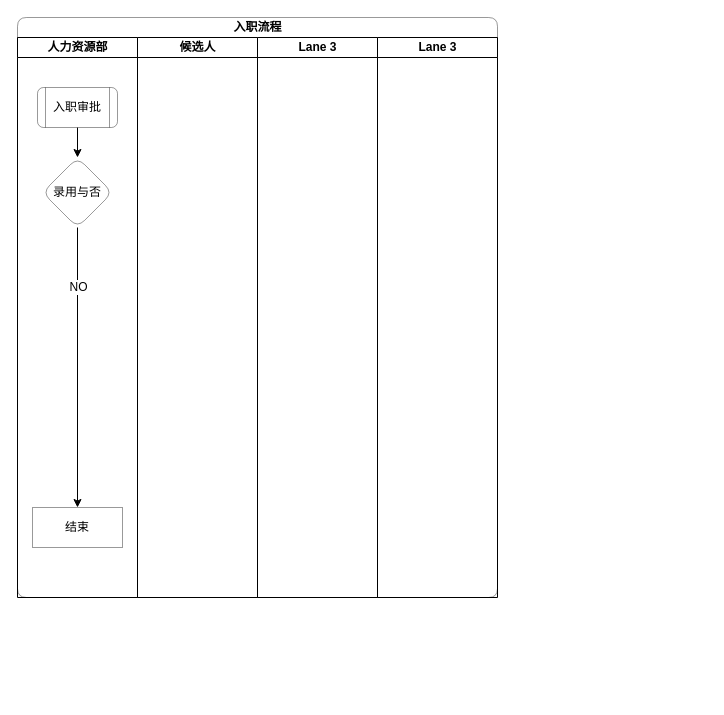
This is page "入职流程" (3 of 9) of humanresource1.drawio from janzhou123/mydraw, a draw.io file, before an edit. Source tidied: cells renumbered, new cells numbered last; positions are measured from the earlier drawing's top-left corner, leaving out a move shared by most shapes. Both pictures are drawn from the tidied source at 100%, with x=0, y=0 at pixel (17, 17).
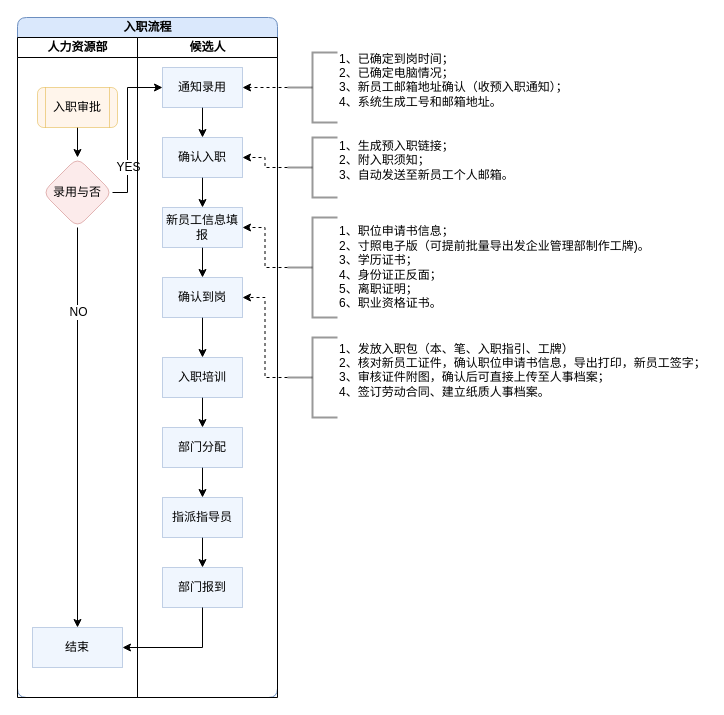
The same page after the edit.

Diff of the diagram source:
```diff
@@
-    <mxCell id="2" value="入职流程" style="swimlane;html=1;startSize=20;rounded=1;shadow=0;glass=0;comic=0;opacity=40;" parent="1" vertex="1">
-      <mxGeometry width="480" height="580" as="geometry" />
+    <mxCell id="2" value="入职流程" style="swimlane;html=1;startSize=20;rounded=1;shadow=0;glass=0;comic=0;fillColor=#dae8fc;strokeColor=#6c8ebf;" parent="1" vertex="1">
+      <mxGeometry width="260" height="680" as="geometry" />
     </mxCell>
     <mxCell id="3" value="人力资源部" style="swimlane;html=1;startSize=20;" parent="2" vertex="1">
-      <mxGeometry y="20" width="120" height="560" as="geometry" />
+      <mxGeometry y="20" width="120" height="660" as="geometry" />
     </mxCell>
@@
-    <mxCell id="5" value="入职审批" style="shape=process;whiteSpace=wrap;html=1;backgroundOutline=1;rounded=1;shadow=0;glass=0;comic=0;opacity=40;" parent="3" vertex="1">
+    <mxCell id="5" value="入职审批" style="shape=process;whiteSpace=wrap;html=1;backgroundOutline=1;rounded=1;shadow=0;glass=0;comic=0;opacity=40;fillColor=#ffe6cc;strokeColor=#d79b00;" parent="3" vertex="1">
       <mxGeometry x="20" y="50" width="80" height="40" as="geometry" />
     </mxCell>
@@
-    <mxCell id="8" value="录用与否" style="rhombus;whiteSpace=wrap;html=1;rounded=1;shadow=0;glass=0;comic=0;opacity=40;" parent="3" vertex="1">
+    <mxCell id="8" value="录用与否" style="rhombus;whiteSpace=wrap;html=1;rounded=1;shadow=0;glass=0;comic=0;opacity=40;fillColor=#f8cecc;strokeColor=#b85450;" parent="3" vertex="1">
       <mxGeometry x="25" y="120" width="70" height="70" as="geometry" />
     </mxCell>
-    <mxCell id="9" value="结束" style="rounded=0;whiteSpace=wrap;html=1;shadow=0;glass=0;comic=0;opacity=40;" parent="3" vertex="1">
-      <mxGeometry x="15" y="470" width="90" height="40" as="geometry" />
+    <mxCell id="9" value="结束" style="rounded=0;whiteSpace=wrap;html=1;shadow=0;glass=0;comic=0;opacity=40;fillColor=#dae8fc;strokeColor=#6c8ebf;" parent="3" vertex="1">
+      <mxGeometry x="15" y="590" width="90" height="40" as="geometry" />
     </mxCell>
+    <mxCell id="13" style="edgeStyle=orthogonalEdgeStyle;rounded=0;jettySize=auto;html=1;entryX=0;entryY=0.5;entryDx=0;entryDy=0;" parent="2" edge="1" source="8" target="16">
+      <mxGeometry relative="1" as="geometry">
+        <Array as="points">
+          <mxPoint x="110" y="175" />
+          <mxPoint x="110" y="70" />
+        </Array>
+      </mxGeometry>
+    </mxCell>
+    <mxCell id="14" value="YES" style="text;html=1;align=center;verticalAlign=middle;labelBackgroundColor=#ffffff;" parent="13" vertex="1">
+      <mxGeometry x="-0.46" y="1" relative="1" as="geometry">
+        <mxPoint x="1" y="1" as="offset" />
+      </mxGeometry>
+    </mxCell>
     <mxCell id="10" value="候选人" style="swimlane;html=1;startSize=20;" parent="2" vertex="1">
-      <mxGeometry x="120" y="20" width="120" height="560" as="geometry" />
+      <mxGeometry x="120" y="20" width="140" height="660" as="geometry" />
     </mxCell>
-    <mxCell id="11" value="Lane 3" style="swimlane;html=1;startSize=20;" parent="2" vertex="1">
-      <mxGeometry x="240" y="20" width="120" height="560" as="geometry" />
-    </mxCell>
-    <mxCell id="12" value="Lane 3" style="swimlane;html=1;startSize=20;" parent="2" vertex="1">
-      <mxGeometry x="360" y="20" width="120" height="560" as="geometry" />
-    </mxCell>
+    <mxCell id="15" style="edgeStyle=orthogonalEdgeStyle;rounded=0;jettySize=auto;html=1;" parent="10" edge="1" source="16" target="18">
+      <mxGeometry relative="1" as="geometry" />
+    </mxCell>
+    <mxCell id="16" value="通知录用" style="rounded=0;whiteSpace=wrap;html=1;shadow=0;glass=0;comic=0;opacity=40;fillColor=#dae8fc;strokeColor=#6c8ebf;" parent="10" vertex="1">
+      <mxGeometry x="25" y="30" width="80" height="40" as="geometry" />
+    </mxCell>
+    <mxCell id="17" style="edgeStyle=orthogonalEdgeStyle;rounded=0;jettySize=auto;html=1;" parent="10" edge="1" source="18" target="20">
+      <mxGeometry relative="1" as="geometry" />
+    </mxCell>
+    <mxCell id="18" value="确认入职" style="rounded=0;whiteSpace=wrap;html=1;shadow=0;glass=0;comic=0;opacity=40;fillColor=#dae8fc;strokeColor=#6c8ebf;" parent="10" vertex="1">
+      <mxGeometry x="25" y="100" width="80" height="40" as="geometry" />
+    </mxCell>
+    <mxCell id="19" style="edgeStyle=orthogonalEdgeStyle;rounded=0;jettySize=auto;html=1;" parent="10" edge="1" source="20" target="22">
+      <mxGeometry relative="1" as="geometry" />
+    </mxCell>
+    <mxCell id="20" value="新员工信息填报" style="rounded=0;whiteSpace=wrap;html=1;shadow=0;glass=0;comic=0;opacity=40;fillColor=#dae8fc;strokeColor=#6c8ebf;" parent="10" vertex="1">
+      <mxGeometry x="25" y="170" width="80" height="40" as="geometry" />
+    </mxCell>
+    <mxCell id="21" style="edgeStyle=orthogonalEdgeStyle;rounded=0;jettySize=auto;html=1;" parent="10" edge="1" source="22" target="24">
+      <mxGeometry relative="1" as="geometry" />
+    </mxCell>
+    <mxCell id="22" value="确认到岗" style="rounded=0;whiteSpace=wrap;html=1;shadow=0;glass=0;comic=0;opacity=40;fillColor=#dae8fc;strokeColor=#6c8ebf;" parent="10" vertex="1">
+      <mxGeometry x="25" y="240" width="80" height="40" as="geometry" />
+    </mxCell>
+    <mxCell id="23" style="edgeStyle=orthogonalEdgeStyle;rounded=0;jettySize=auto;html=1;" parent="10" edge="1" source="24" target="26">
+      <mxGeometry relative="1" as="geometry" />
+    </mxCell>
+    <mxCell id="24" value="入职培训" style="rounded=0;whiteSpace=wrap;html=1;shadow=0;glass=0;comic=0;opacity=40;fillColor=#dae8fc;strokeColor=#6c8ebf;" parent="10" vertex="1">
+      <mxGeometry x="25" y="320" width="80" height="40" as="geometry" />
+    </mxCell>
+    <mxCell id="25" style="edgeStyle=orthogonalEdgeStyle;rounded=0;jettySize=auto;html=1;" parent="10" edge="1" source="26" target="28">
+      <mxGeometry relative="1" as="geometry" />
+    </mxCell>
+    <mxCell id="26" value="部门分配" style="rounded=0;whiteSpace=wrap;html=1;shadow=0;glass=0;comic=0;opacity=40;fillColor=#dae8fc;strokeColor=#6c8ebf;" parent="10" vertex="1">
+      <mxGeometry x="25" y="390" width="80" height="40" as="geometry" />
+    </mxCell>
+    <mxCell id="27" style="edgeStyle=orthogonalEdgeStyle;rounded=0;jettySize=auto;html=1;" parent="10" edge="1" source="28" target="29">
+      <mxGeometry relative="1" as="geometry" />
+    </mxCell>
+    <mxCell id="28" value="指派指导员" style="rounded=0;whiteSpace=wrap;html=1;shadow=0;glass=0;comic=0;opacity=40;fillColor=#dae8fc;strokeColor=#6c8ebf;" parent="10" vertex="1">
+      <mxGeometry x="25" y="460" width="80" height="40" as="geometry" />
+    </mxCell>
+    <mxCell id="29" value="部门报到" style="rounded=0;whiteSpace=wrap;html=1;shadow=0;glass=0;comic=0;opacity=40;fillColor=#dae8fc;strokeColor=#6c8ebf;" parent="10" vertex="1">
+      <mxGeometry x="25" y="530" width="80" height="40" as="geometry" />
+    </mxCell>
+    <mxCell id="30" style="edgeStyle=orthogonalEdgeStyle;rounded=0;jettySize=auto;html=1;entryX=1;entryY=0.5;entryDx=0;entryDy=0;exitX=0.5;exitY=1;exitDx=0;exitDy=0;" parent="2" edge="1" source="29" target="9">
+      <mxGeometry relative="1" as="geometry" />
+    </mxCell>
+    <mxCell id="31" style="edgeStyle=orthogonalEdgeStyle;rounded=0;jettySize=auto;html=1;entryX=1;entryY=0.5;entryDx=0;entryDy=0;dashed=1;" parent="1" edge="1" source="32" target="16">
+      <mxGeometry relative="1" as="geometry" />
+    </mxCell>
+    <mxCell id="32" value="&lt;div&gt;1、已确定到岗时间；&lt;/div&gt;&lt;div&gt;2、已确定电脑情况；&lt;/div&gt;&lt;div&gt;3、新员工邮箱地址确认（收预入职通知）；&lt;/div&gt;&lt;div&gt;4、系统生成工号和邮箱地址。&lt;/div&gt;&lt;div&gt;&lt;br&gt;&lt;/div&gt;" style="strokeWidth=2;html=1;shape=mxgraph.flowchart.annotation_2;align=left;labelPosition=right;rounded=1;shadow=0;glass=0;comic=0;opacity=40;" parent="1" vertex="1">
+      <mxGeometry x="270" y="35" width="50" height="70" as="geometry" />
+    </mxCell>
+    <mxCell id="33" style="edgeStyle=orthogonalEdgeStyle;rounded=0;jettySize=auto;html=1;entryX=1;entryY=0.5;entryDx=0;entryDy=0;dashed=1;" parent="1" edge="1" source="34" target="18">
+      <mxGeometry relative="1" as="geometry" />
+    </mxCell>
+    <mxCell id="34" value="&lt;div&gt;1、生成预入职链接；&lt;/div&gt;&lt;div&gt;2、附入职须知；&lt;/div&gt;&lt;div&gt;3、自动发送至新员工个人邮箱。&lt;/div&gt;&lt;div&gt;&lt;br&gt;&lt;/div&gt;" style="strokeWidth=2;html=1;shape=mxgraph.flowchart.annotation_2;align=left;labelPosition=right;rounded=1;shadow=0;glass=0;comic=0;opacity=40;" parent="1" vertex="1">
+      <mxGeometry x="270" y="120" width="50" height="60" as="geometry" />
+    </mxCell>
+    <mxCell id="35" style="edgeStyle=orthogonalEdgeStyle;rounded=0;jettySize=auto;html=1;entryX=1;entryY=0.5;entryDx=0;entryDy=0;dashed=1;" parent="1" edge="1" source="36" target="20">
+      <mxGeometry relative="1" as="geometry" />
+    </mxCell>
+    <mxCell id="36" value="&lt;div&gt;1、职位申请书信息；&lt;/div&gt;&lt;div&gt;2、寸照电子版（可提前批量导出发企业管理部制作工牌)。&lt;/div&gt;&lt;div&gt;3、学历证书；&lt;/div&gt;&lt;div&gt;4、身份证正反面；&lt;/div&gt;&lt;div&gt;5、离职证明；&lt;/div&gt;&lt;div&gt;6、职业资格证书。&lt;/div&gt;" style="strokeWidth=2;html=1;shape=mxgraph.flowchart.annotation_2;align=left;labelPosition=right;rounded=1;shadow=0;glass=0;comic=0;opacity=40;" parent="1" vertex="1">
+      <mxGeometry x="270" y="200" width="50" height="100" as="geometry" />
+    </mxCell>
+    <mxCell id="37" style="edgeStyle=orthogonalEdgeStyle;rounded=0;jettySize=auto;html=1;entryX=1;entryY=0.5;entryDx=0;entryDy=0;dashed=1;" parent="1" edge="1" source="38" target="22">
+      <mxGeometry relative="1" as="geometry" />
+    </mxCell>
+    <mxCell id="38" value="&lt;div&gt;1、发放入职包（本、笔、入职指引、工牌）&lt;/div&gt;&lt;div&gt;2、核对新员工证件，确认职位申请书信息，导出打印，新员工签字；&lt;/div&gt;&lt;div&gt;3、审核证件附图，确认后可直接上传至人事档案；&lt;/div&gt;&lt;div&gt;4、签订劳动合同、建立纸质人事档案。&lt;/div&gt;&lt;div&gt;&lt;br&gt;&lt;/div&gt;" style="strokeWidth=2;html=1;shape=mxgraph.flowchart.annotation_2;align=left;labelPosition=right;rounded=1;shadow=0;glass=0;comic=0;opacity=40;" parent="1" vertex="1">
+      <mxGeometry x="270" y="320" width="50" height="80" as="geometry" />
+    </mxCell>
```
